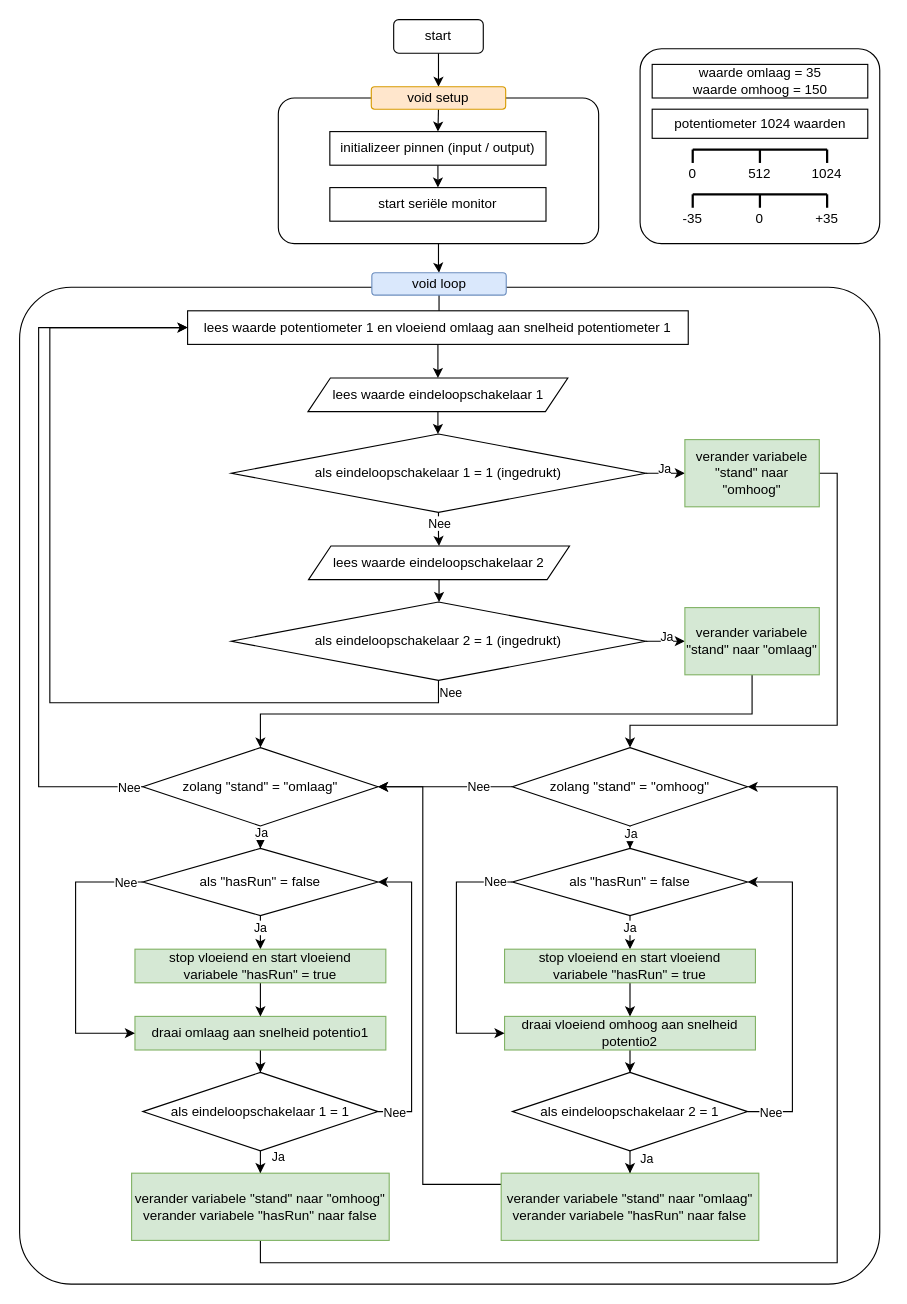
Earlier version of the draw.io diagram flow.drawio (crearth/c). Source tidied: cells renumbered, new cells numbered last; positions are measured from the earlier drawing's top-left corner, leaving out a move shared by most shapes. Both pictures are drawn from the tidied source at 112%, with x=0, y=0 at pixel (19, 19).
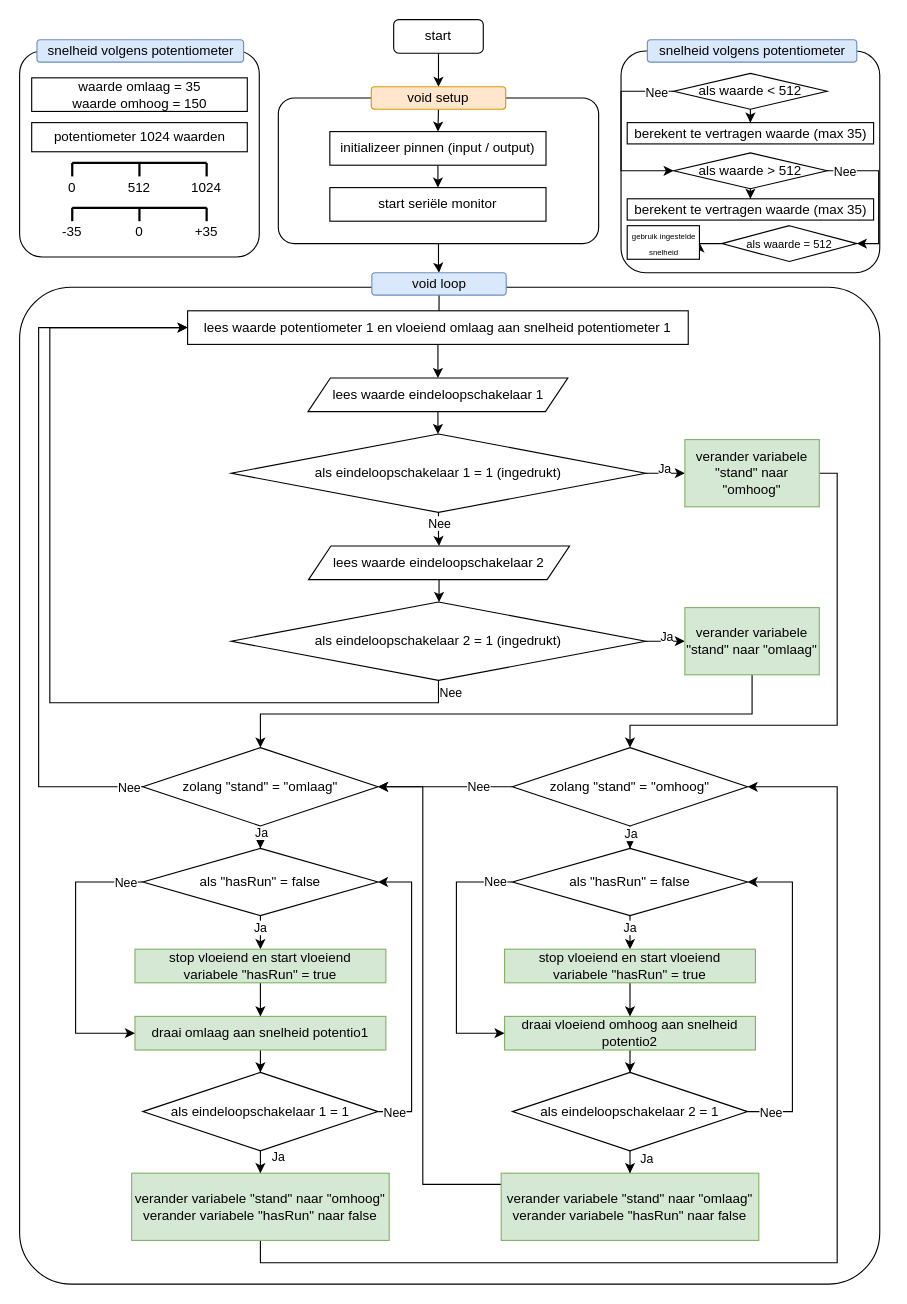
Above is the later version.

The edit, as a diff of the source:
```diff
@@
     <mxCell id="75" style="rounded=1;whiteSpace=wrap;html=1;arcSize=11;" parent="1" vertex="1">
-      <mxGeometry x="554" y="26" width="214" height="174" as="geometry" />
+      <mxGeometry y="28" width="214" height="184" as="geometry" />
     </mxCell>
     <mxCell id="76" value="waarde omlaag = 35&lt;br&gt;waarde omhoog = 150" style="rounded=0;whiteSpace=wrap;html=1;" parent="1" vertex="1">
-      <mxGeometry x="564.8" y="40" width="192.5" height="30" as="geometry" />
+      <mxGeometry x="10.8" y="52" width="192.5" height="30" as="geometry" />
     </mxCell>
     <mxCell id="77" value="potentiometer 1024 waarden" style="rounded=0;whiteSpace=wrap;html=1;" parent="1" vertex="1">
-      <mxGeometry x="564.8" y="80" width="192.5" height="26" as="geometry" />
+      <mxGeometry x="10.8" y="92" width="192.5" height="26" as="geometry" />
     </mxCell>
     <mxCell id="78" style="endArrow=none;html=1;strokeWidth=2;" parent="1" edge="1">
       <mxGeometry relative="1" as="geometry">
-        <mxPoint x="601" y="156" as="sourcePoint" />
-        <mxPoint x="721" y="156" as="targetPoint" />
+        <mxPoint x="47" y="168" as="sourcePoint" />
+        <mxPoint x="167" y="168" as="targetPoint" />
       </mxGeometry>
     </mxCell>
     <mxCell id="79" style="endArrow=none;html=1;strokeWidth=2;" parent="1" edge="1" source="80">
       <mxGeometry relative="1" as="geometry">
-        <mxPoint x="661" y="156" as="targetPoint" />
+        <mxPoint x="107" y="168" as="targetPoint" />
         <Array as="points">
-          <mxPoint x="661" y="166" />
+          <mxPoint x="107" y="178" />
         </Array>
       </mxGeometry>
     </mxCell>
     <mxCell id="80" value="0" style="text;html=1;strokeColor=none;fillColor=none;align=center;verticalAlign=middle;whiteSpace=wrap;rounded=0;" parent="1" vertex="1">
-      <mxGeometry x="651" y="168" width="20" height="20" as="geometry" />
+      <mxGeometry x="97" y="180" width="20" height="20" as="geometry" />
     </mxCell>
     <mxCell id="81" style="endArrow=none;html=1;strokeWidth=2;" parent="1" edge="1" source="82">
       <mxGeometry relative="1" as="geometry">
-        <mxPoint x="601" y="156" as="targetPoint" />
+        <mxPoint x="47" y="168" as="targetPoint" />
         <Array as="points">
-          <mxPoint x="601" y="166" />
+          <mxPoint x="47" y="178" />
         </Array>
       </mxGeometry>
     </mxCell>
     <mxCell id="82" value="-35" style="text;html=1;strokeColor=none;fillColor=none;align=center;verticalAlign=middle;whiteSpace=wrap;rounded=0;" parent="1" vertex="1">
-      <mxGeometry x="591" y="168" width="20" height="20" as="geometry" />
+      <mxGeometry x="37" y="180" width="20" height="20" as="geometry" />
     </mxCell>
     <mxCell id="83" style="endArrow=none;html=1;strokeWidth=2;" parent="1" edge="1" source="84">
       <mxGeometry relative="1" as="geometry">
-        <mxPoint x="721" y="156" as="targetPoint" />
+        <mxPoint x="167" y="168" as="targetPoint" />
         <Array as="points">
-          <mxPoint x="721" y="166" />
+          <mxPoint x="167" y="178" />
         </Array>
       </mxGeometry>
     </mxCell>
     <mxCell id="84" value="+35" style="text;html=1;strokeColor=none;fillColor=none;align=center;verticalAlign=middle;whiteSpace=wrap;rounded=0;" parent="1" vertex="1">
-      <mxGeometry x="711" y="168" width="20" height="20" as="geometry" />
+      <mxGeometry x="157" y="180" width="20" height="20" as="geometry" />
     </mxCell>
     <mxCell id="85" style="endArrow=none;html=1;strokeWidth=2;" parent="1" edge="1">
       <mxGeometry relative="1" as="geometry">
-        <mxPoint x="601" y="116" as="sourcePoint" />
-        <mxPoint x="721" y="116" as="targetPoint" />
+        <mxPoint x="47" y="128" as="sourcePoint" />
+        <mxPoint x="167" y="128" as="targetPoint" />
       </mxGeometry>
     </mxCell>
     <mxCell id="86" style="endArrow=none;html=1;strokeWidth=2;" parent="1" edge="1" source="87">
       <mxGeometry relative="1" as="geometry">
-        <mxPoint x="661" y="116" as="targetPoint" />
+        <mxPoint x="107" y="128" as="targetPoint" />
         <Array as="points">
-          <mxPoint x="661" y="126" />
+          <mxPoint x="107" y="138" />
         </Array>
       </mxGeometry>
     </mxCell>
     <mxCell id="87" value="512" style="text;html=1;strokeColor=none;fillColor=none;align=center;verticalAlign=middle;whiteSpace=wrap;rounded=0;" parent="1" vertex="1">
-      <mxGeometry x="651" y="128" width="20" height="20" as="geometry" />
+      <mxGeometry x="97" y="140" width="20" height="20" as="geometry" />
     </mxCell>
     <mxCell id="88" style="endArrow=none;html=1;strokeWidth=2;" parent="1" edge="1" source="89">
       <mxGeometry relative="1" as="geometry">
-        <mxPoint x="601" y="116" as="targetPoint" />
+        <mxPoint x="47" y="128" as="targetPoint" />
         <Array as="points">
-          <mxPoint x="601" y="126" />
+          <mxPoint x="47" y="138" />
         </Array>
       </mxGeometry>
     </mxCell>
     <mxCell id="89" value="0" style="text;html=1;strokeColor=none;fillColor=none;align=center;verticalAlign=middle;whiteSpace=wrap;rounded=0;" parent="1" vertex="1">
-      <mxGeometry x="591" y="128" width="20" height="20" as="geometry" />
+      <mxGeometry x="37" y="140" width="20" height="20" as="geometry" />
     </mxCell>
     <mxCell id="90" style="endArrow=none;html=1;strokeWidth=2;" parent="1" edge="1" source="91">
       <mxGeometry relative="1" as="geometry">
-        <mxPoint x="721" y="116" as="targetPoint" />
+        <mxPoint x="167" y="128" as="targetPoint" />
         <Array as="points">
-          <mxPoint x="721" y="126" />
+          <mxPoint x="167" y="138" />
         </Array>
       </mxGeometry>
     </mxCell>
     <mxCell id="91" value="1024" style="text;html=1;strokeColor=none;fillColor=none;align=center;verticalAlign=middle;whiteSpace=wrap;rounded=0;" parent="1" vertex="1">
-      <mxGeometry x="701" y="128" width="40" height="20" as="geometry" />
+      <mxGeometry x="147" y="140" width="40" height="20" as="geometry" />
     </mxCell>
+    <mxCell id="92" value="snelheid volgens potentiometer" style="rounded=1;whiteSpace=wrap;html=1;fillColor=#dae8fc;strokeColor=#6c8ebf;" parent="1" vertex="1">
+      <mxGeometry x="15.5" y="18" width="184.5" height="20" as="geometry" />
+    </mxCell>
+    <mxCell id="93" style="rounded=1;whiteSpace=wrap;html=1;arcSize=11;" parent="1" vertex="1">
+      <mxGeometry x="537" y="28" width="231" height="198" as="geometry" />
+    </mxCell>
+    <mxCell id="94" value="snelheid volgens potentiometer" style="rounded=1;whiteSpace=wrap;html=1;fillColor=#dae8fc;strokeColor=#6c8ebf;" parent="1" vertex="1">
+      <mxGeometry x="560.5" y="18" width="187" height="20" as="geometry" />
+    </mxCell>
+    <mxCell id="95" style="edgeStyle=orthogonalEdgeStyle;rounded=0;jettySize=auto;html=1;entryX=0.5;entryY=0;entryDx=0;entryDy=0;" parent="1" edge="1" source="98" target="99">
+      <mxGeometry relative="1" as="geometry" />
+    </mxCell>
+    <mxCell id="96" style="edgeStyle=orthogonalEdgeStyle;rounded=0;jettySize=auto;html=1;entryX=0;entryY=0.5;entryDx=0;entryDy=0;" parent="1" edge="1" source="98" target="103">
+      <mxGeometry relative="1" as="geometry">
+        <Array as="points">
+          <mxPoint x="537" y="64" />
+          <mxPoint x="537" y="135" />
+        </Array>
+      </mxGeometry>
+    </mxCell>
+    <mxCell id="97" value="Nee" style="edgeLabel;html=1;align=center;verticalAlign=middle;" parent="96" vertex="1">
+      <mxGeometry x="-0.8" y="1" relative="1" as="geometry" />
+    </mxCell>
+    <mxCell id="98" value="als waarde &amp;lt; 512" style="rhombus;whiteSpace=wrap;html=1;rounded=0;" parent="1" vertex="1">
+      <mxGeometry x="584" y="48" width="137" height="32" as="geometry" />
+    </mxCell>
+    <mxCell id="99" value="berekent te vertragen waarde (max 35)" style="rounded=0;whiteSpace=wrap;html=1;" parent="1" vertex="1">
+      <mxGeometry x="542.5" y="92" width="220" height="19" as="geometry" />
+    </mxCell>
+    <mxCell id="100" style="edgeStyle=orthogonalEdgeStyle;rounded=0;jettySize=auto;html=1;" parent="1" edge="1" source="103" target="104">
+      <mxGeometry relative="1" as="geometry" />
+    </mxCell>
+    <mxCell id="101" style="edgeStyle=orthogonalEdgeStyle;rounded=0;jettySize=auto;html=1;entryX=1;entryY=0.5;entryDx=0;entryDy=0;" parent="1" edge="1" source="103" target="106">
+      <mxGeometry relative="1" as="geometry">
+        <Array as="points">
+          <mxPoint x="767" y="135" />
+          <mxPoint x="767" y="200" />
+        </Array>
+      </mxGeometry>
+    </mxCell>
+    <mxCell id="102" value="Nee" style="edgeLabel;html=1;align=center;verticalAlign=middle;" parent="101" vertex="1">
+      <mxGeometry x="-0.77" relative="1" as="geometry" />
+    </mxCell>
+    <mxCell id="103" value="als waarde &amp;gt; 512" style="rhombus;whiteSpace=wrap;html=1;rounded=0;" parent="1" vertex="1">
+      <mxGeometry x="584" y="119" width="137" height="32" as="geometry" />
+    </mxCell>
+    <mxCell id="104" value="berekent te vertragen waarde (max 35)" style="rounded=0;whiteSpace=wrap;html=1;" parent="1" vertex="1">
+      <mxGeometry x="542.5" y="160" width="220" height="19" as="geometry" />
+    </mxCell>
+    <mxCell id="105" style="edgeStyle=orthogonalEdgeStyle;rounded=0;jettySize=auto;html=1;" parent="1" edge="1" source="106" target="107">
+      <mxGeometry relative="1" as="geometry" />
+    </mxCell>
+    <mxCell id="106" value="&lt;font style=&quot;font-size: 10px&quot;&gt;als waarde = 512&lt;/font&gt;" style="rhombus;whiteSpace=wrap;html=1;rounded=0;" parent="1" vertex="1">
+      <mxGeometry x="627" y="184" width="120.5" height="32" as="geometry" />
+    </mxCell>
+    <mxCell id="107" value="&lt;font style=&quot;font-size: 7px&quot;&gt;gebruik ingestelde snelheid&lt;/font&gt;" style="rounded=0;whiteSpace=wrap;html=1;" parent="1" vertex="1">
+      <mxGeometry x="542.5" y="184" width="64.5" height="30" as="geometry" />
+    </mxCell>
```
